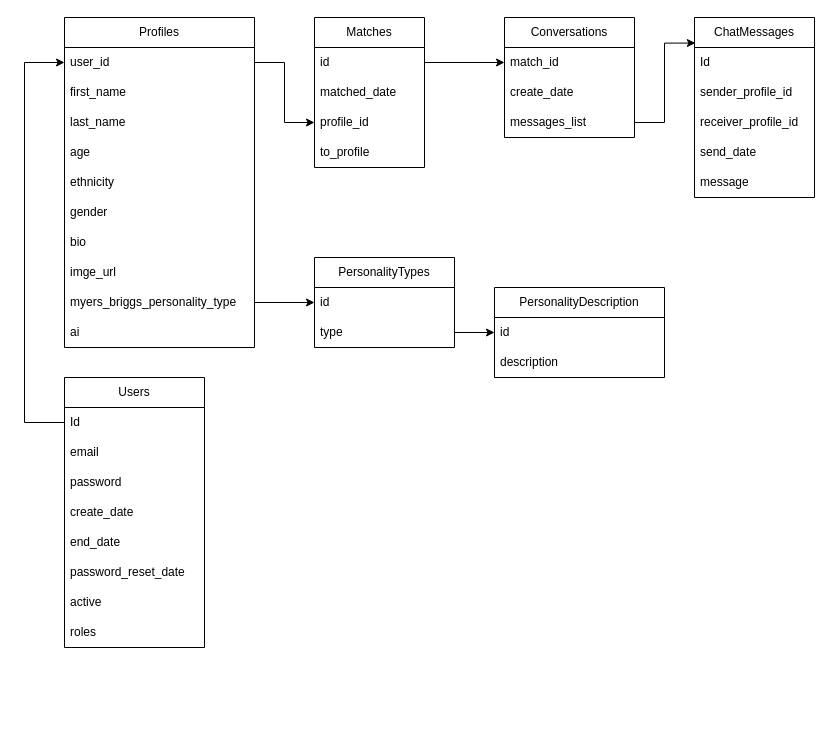
The draw.io diagram src/main/resources/TinderAiDbdrawio.drawio in jclucasasp/loving-ai-backend, before the edit. Source tidied: cells renumbered, new cells numbered last; positions are measured from the earlier drawing's top-left corner, leaving out a move shared by most shapes. Both pictures are drawn from the tidied source at 100%, with x=0, y=0 at pixel (24, 17).
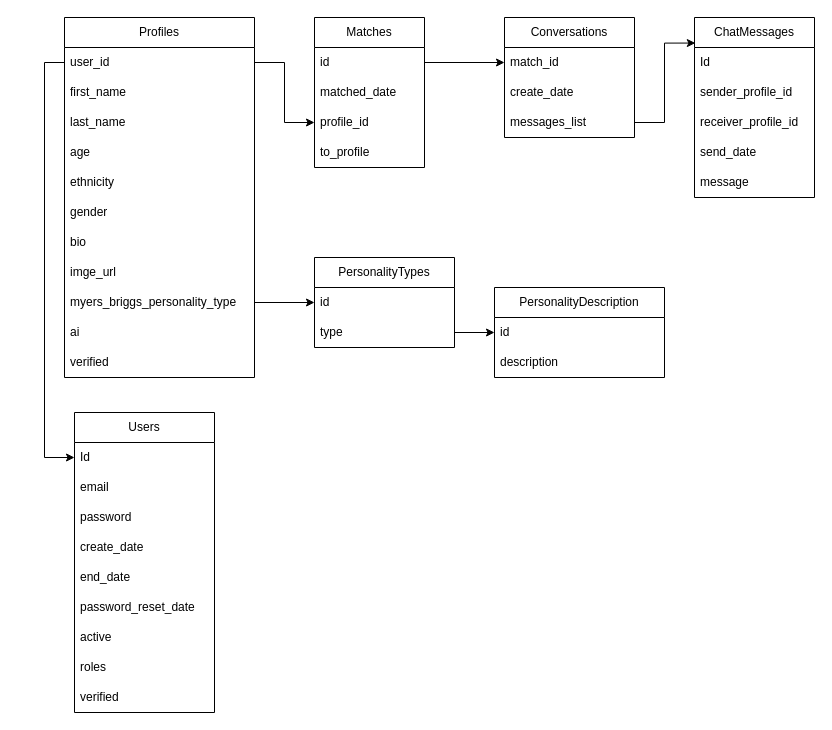
Above is the later version.

The change refers to these unchanged cells:
```xml
<mxCell id="3" value="user_id" style="text;strokeColor=none;fillColor=none;align=left;verticalAlign=middle;spacingLeft=4;spacingRight=4;overflow=hidden;points=[[0,0.5],[1,0.5]];portConstraint=eastwest;whiteSpace=wrap;html=1;" parent="2" vertex="1">
  <mxGeometry y="30" width="190" height="30" as="geometry" />
</mxCell>
<mxCell id="30" value="Id" style="text;strokeColor=none;fillColor=none;align=left;verticalAlign=middle;spacingLeft=4;spacingRight=4;overflow=hidden;points=[[0,0.5],[1,0.5]];portConstraint=eastwest;whiteSpace=wrap;html=1;" parent="29" vertex="1">
  <mxGeometry y="30" width="140" height="30" as="geometry" />
</mxCell>
```

What changed in the source:
```diff
@@
     <mxCell id="2" value="Profiles" style="swimlane;fontStyle=0;horizontal=1;startSize=30;whiteSpace=wrap;html=1;" parent="1" vertex="1">
-      <mxGeometry x="40" width="190" height="330" as="geometry" />
+      <mxGeometry x="40" width="190" height="360" as="geometry" />
     </mxCell>
@@
+    <mxCell id="49" value="verified" style="text;strokeColor=none;fillColor=none;align=left;verticalAlign=middle;spacingLeft=4;spacingRight=4;overflow=hidden;whiteSpace=wrap;html=1;" parent="2" vertex="1">
+      <mxGeometry y="330" width="190" height="30" as="geometry" />
+    </mxCell>
@@
     <mxCell id="29" value="Users" style="swimlane;fontStyle=0;horizontal=1;startSize=30;whiteSpace=wrap;html=1;" parent="1" vertex="1">
-      <mxGeometry x="40" y="360" width="140" height="270" as="geometry" />
+      <mxGeometry x="50" y="395" width="140" height="300" as="geometry" />
     </mxCell>
@@
+    <mxCell id="50" value="verified" style="text;strokeColor=none;fillColor=none;align=left;verticalAlign=middle;spacingLeft=4;spacingRight=4;overflow=hidden;whiteSpace=wrap;html=1;" parent="29" vertex="1">
+      <mxGeometry y="270" width="140" height="30" as="geometry" />
+    </mxCell>
@@
-    <mxCell id="40" style="edgeStyle=orthogonalEdgeStyle;rounded=0;jettySize=auto;html=1;entryX=0;entryY=0.5;entryDx=0;entryDy=0;" parent="1" edge="1" source="30" target="3">
-      <mxGeometry relative="1" as="geometry">
-        <Array as="points">
-          <mxPoint y="405" />
-          <mxPoint y="45" />
-        </Array>
-      </mxGeometry>
-    </mxCell>
@@
+    <mxCell id="51" style="edgeStyle=orthogonalEdgeStyle;rounded=0;jettySize=auto;html=1;entryX=0;entryY=0.5;entryDx=0;entryDy=0;" parent="1" edge="1" source="3" target="30">
+      <mxGeometry relative="1" as="geometry" />
+    </mxCell>
```
